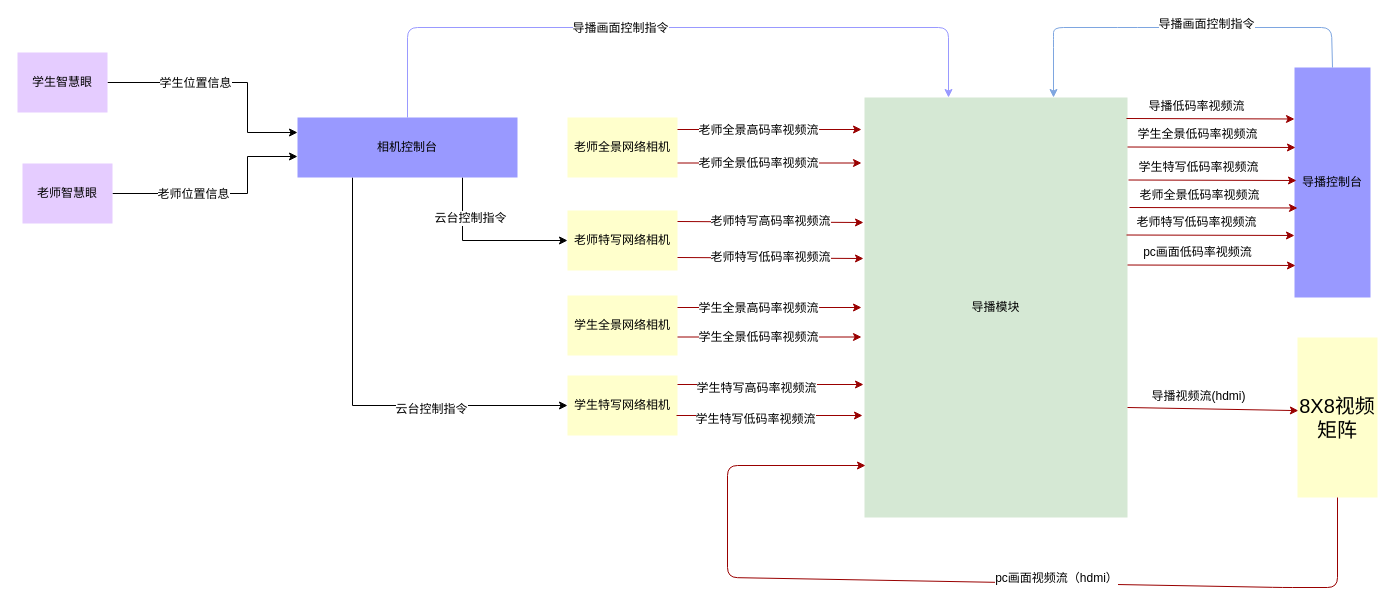
This is 大智小慧导播工作示意图.drawio from huangPeiLc/drawio, a draw.io file, before an edit. Source tidied: cells renumbered, new cells numbered last; positions are measured from the earlier drawing's top-left corner, leaving out a move shared by most shapes. Both pictures are drawn from the tidied source at 100%, with x=0, y=0 at pixel (17, 27).
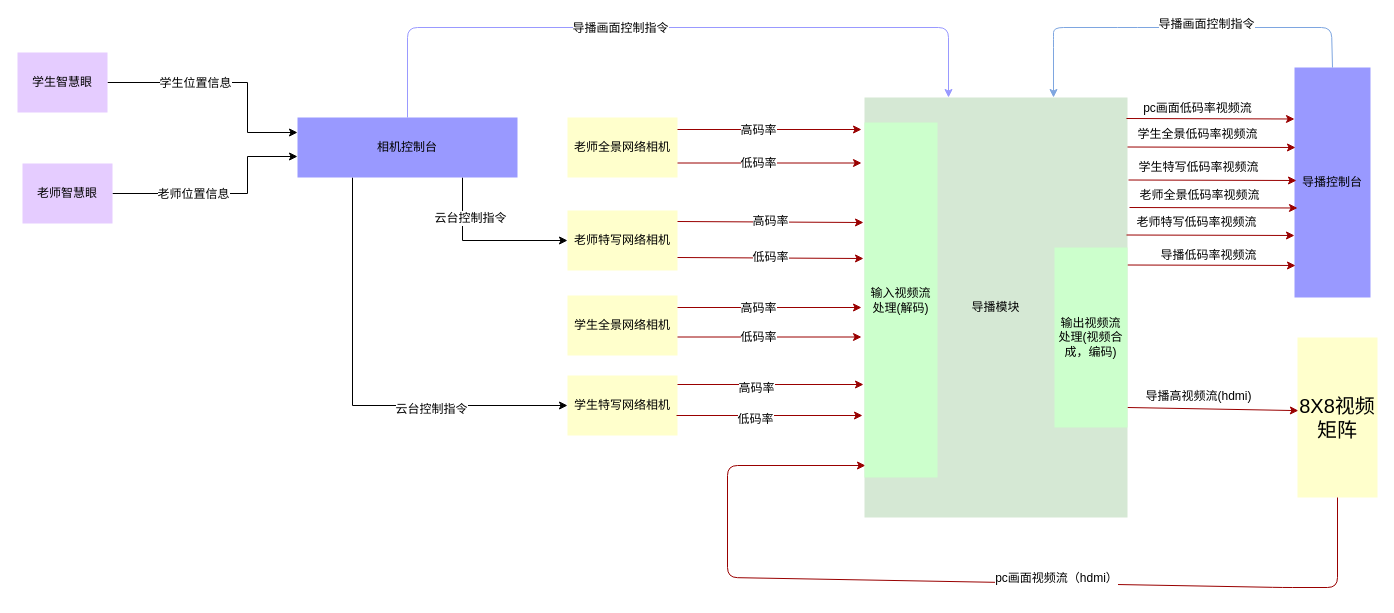
The same diagram, later.

Commit message (it also covers changes not shown here):
Update 大智小慧导播工作示意图.drawio

The change refers to these unchanged cells:
```xml
<mxCell id="4" style="endArrow=classic;exitX=1;exitY=0.5;exitDx=0;exitDy=0;strokeColor=#990000;fontStyle=0;html=1;" parent="1" edge="1">
  <mxGeometry relative="1" as="geometry">
    <mxPoint x="660" y="102" as="sourcePoint" />
    <mxPoint x="844" y="102" as="targetPoint" />
  </mxGeometry>
</mxCell>
<mxCell id="8" style="endArrow=classic;entryX=-0.004;entryY=0.343;entryDx=0;entryDy=0;exitX=1;exitY=0.5;exitDx=0;exitDy=0;strokeColor=#990000;entryPerimeter=0;fontStyle=0;html=1;" parent="1" edge="1">
  <mxGeometry relative="1" as="geometry">
    <mxPoint x="660" y="194" as="sourcePoint" />
    <mxPoint x="846" y="195" as="targetPoint" />
  </mxGeometry>
</mxCell>
<mxCell id="11" style="endArrow=classic;exitX=1;exitY=0.5;exitDx=0;exitDy=0;strokeColor=#990000;fontStyle=0;html=1;" parent="1" edge="1">
  <mxGeometry relative="1" as="geometry">
    <mxPoint x="660" y="280" as="sourcePoint" />
    <mxPoint x="844" y="280" as="targetPoint" />
  </mxGeometry>
</mxCell>
<mxCell id="15" style="endArrow=classic;exitX=1;exitY=0.5;exitDx=0;exitDy=0;strokeColor=#990000;fontStyle=0;html=1;" parent="1" edge="1">
  <mxGeometry relative="1" as="geometry">
    <mxPoint x="660" y="357" as="sourcePoint" />
    <mxPoint x="846" y="357" as="targetPoint" />
  </mxGeometry>
</mxCell>
<mxCell id="18" style="endArrow=classic;entryX=0.011;entryY=0.457;entryDx=0;entryDy=0;strokeColor=#990000;entryPerimeter=0;fontStyle=0;html=1;" parent="1" edge="1" target="17">
  <mxGeometry relative="1" as="geometry">
    <mxPoint x="1110" y="380" as="sourcePoint" />
  </mxGeometry>
</mxCell>
<mxCell id="38" style="endArrow=classic;entryX=0.011;entryY=0.457;entryDx=0;entryDy=0;strokeColor=#990000;entryPerimeter=0;fontStyle=0;html=1;exitX=0.996;exitY=0.05;exitDx=0;exitDy=0;exitPerimeter=0;" parent="1" edge="1" source="2">
  <mxGeometry relative="1" as="geometry">
    <mxPoint x="1277" y="91.5" as="targetPoint" />
  </mxGeometry>
</mxCell>
<mxCell id="48" style="endArrow=classic;entryX=0.011;entryY=0.457;entryDx=0;entryDy=0;strokeColor=#990000;entryPerimeter=0;fontStyle=0;html=1;exitX=0.996;exitY=0.05;exitDx=0;exitDy=0;exitPerimeter=0;" parent="1" edge="1">
  <mxGeometry relative="1" as="geometry">
    <mxPoint x="1110" y="237.5" as="sourcePoint" />
    <mxPoint x="1278" y="238" as="targetPoint" />
  </mxGeometry>
</mxCell>
<mxCell id="50" style="endArrow=classic;exitX=1;exitY=0.5;exitDx=0;exitDy=0;strokeColor=#990000;fontStyle=0;html=1;" parent="1" edge="1">
  <mxGeometry relative="1" as="geometry">
    <mxPoint x="660" y="135.5" as="sourcePoint" />
    <mxPoint x="844" y="135.5" as="targetPoint" />
  </mxGeometry>
</mxCell>
<mxCell id="52" style="endArrow=classic;entryX=-0.004;entryY=0.343;entryDx=0;entryDy=0;exitX=1;exitY=0.5;exitDx=0;exitDy=0;strokeColor=#990000;entryPerimeter=0;fontStyle=0;html=1;" parent="1" edge="1">
  <mxGeometry relative="1" as="geometry">
    <mxPoint x="660" y="230" as="sourcePoint" />
    <mxPoint x="846" y="231" as="targetPoint" />
  </mxGeometry>
</mxCell>
<mxCell id="54" style="endArrow=classic;exitX=1;exitY=0.5;exitDx=0;exitDy=0;strokeColor=#990000;fontStyle=0;html=1;" parent="1" edge="1">
  <mxGeometry relative="1" as="geometry">
    <mxPoint x="660" y="309.5" as="sourcePoint" />
    <mxPoint x="844" y="309.5" as="targetPoint" />
  </mxGeometry>
</mxCell>
<mxCell id="57" style="endArrow=classic;exitX=1;exitY=0.5;exitDx=0;exitDy=0;strokeColor=#990000;fontStyle=0;html=1;" parent="1" edge="1">
  <mxGeometry relative="1" as="geometry">
    <mxPoint x="659" y="388" as="sourcePoint" />
    <mxPoint x="845" y="388" as="targetPoint" />
  </mxGeometry>
</mxCell>
```

Change to the diagram source:
```diff
@@
-    <mxCell id="5" value="老师全景高码率视频流" style="text;html=1;align=center;verticalAlign=middle;labelBackgroundColor=#ffffff;" parent="4" vertex="1">
+    <mxCell id="5" value="高码率" style="text;html=1;align=center;verticalAlign=middle;labelBackgroundColor=#ffffff;" parent="4" vertex="1">
       <mxGeometry x="-0.14" y="-2" relative="1" as="geometry">
         <mxPoint x="1" y="-2" as="offset" />
       </mxGeometry>
     </mxCell>
@@
-    <mxCell id="9" value="老师特写高码率视频流" style="text;html=1;align=center;verticalAlign=middle;labelBackgroundColor=#ffffff;" parent="8" vertex="1">
+    <mxCell id="9" value="高码率" style="text;html=1;align=center;verticalAlign=middle;labelBackgroundColor=#ffffff;" parent="8" vertex="1">
       <mxGeometry x="0.22" y="-2" relative="1" as="geometry">
         <mxPoint x="-20" y="-3" as="offset" />
       </mxGeometry>
     </mxCell>
@@
-    <mxCell id="13" value="学生全景高码率视频流" style="text;html=1;align=center;verticalAlign=middle;labelBackgroundColor=#ffffff;" parent="11" vertex="1">
+    <mxCell id="13" value="高码率" style="text;html=1;align=center;verticalAlign=middle;labelBackgroundColor=#ffffff;" parent="11" vertex="1">
       <mxGeometry x="-0.13" relative="1" as="geometry" />
     </mxCell>
@@
-    <mxCell id="16" value="学生特写高码率视频流" style="text;html=1;align=center;verticalAlign=middle;labelBackgroundColor=#ffffff;" parent="15" vertex="1">
+    <mxCell id="16" value="高码率" style="text;html=1;align=center;verticalAlign=middle;labelBackgroundColor=#ffffff;" parent="15" vertex="1">
       <mxGeometry x="-0.16" y="-3" relative="1" as="geometry" />
     </mxCell>
@@
-    <mxCell id="19" value="导播视频流(hdmi)" style="text;html=1;align=center;verticalAlign=middle;labelBackgroundColor=#ffffff;" parent="18" vertex="1">
+    <mxCell id="19" value="导播高视频流(hdmi)" style="text;html=1;align=center;verticalAlign=middle;labelBackgroundColor=#ffffff;" parent="18" vertex="1">
       <mxGeometry x="-0.35" y="-2" relative="1" as="geometry">
         <mxPoint x="14.5" y="-15" as="offset" />
       </mxGeometry>
     </mxCell>
@@
-    <mxCell id="39" value="导播低码率视频流" style="text;html=1;align=center;verticalAlign=middle;labelBackgroundColor=#ffffff;" parent="38" vertex="1">
-      <mxGeometry x="-0.35" y="-2" relative="1" as="geometry">
-        <mxPoint x="14.5" y="-15" as="offset" />
-      </mxGeometry>
-    </mxCell>
+    <mxCell id="49" value="pc画面低码率视频流" style="text;html=1;align=center;verticalAlign=middle;labelBackgroundColor=#ffffff;fontSize=12;" parent="38" vertex="1">
+      <mxGeometry x="-0.12" y="1" relative="1" as="geometry">
+        <mxPoint x="-3" y="-10" as="offset" />
+      </mxGeometry>
+    </mxCell>
@@
-    <mxCell id="49" value="pc画面低码率视频流" style="text;html=1;align=center;verticalAlign=middle;labelBackgroundColor=#ffffff;" parent="48" vertex="1">
-      <mxGeometry x="-0.35" y="-2" relative="1" as="geometry">
-        <mxPoint x="14.5" y="-15" as="offset" />
-      </mxGeometry>
-    </mxCell>
+    <mxCell id="39" value="导播低码率视频流" style="text;html=1;align=center;verticalAlign=middle;labelBackgroundColor=#ffffff;fontSize=12;" parent="48" vertex="1">
+      <mxGeometry x="-0.51" y="4" relative="1" as="geometry">
+        <mxPoint x="39" y="-6.5" as="offset" />
+      </mxGeometry>
+    </mxCell>
@@
-    <mxCell id="51" value="老师全景低码率视频流" style="text;html=1;align=center;verticalAlign=middle;labelBackgroundColor=#ffffff;" parent="50" vertex="1">
+    <mxCell id="51" value="低码率" style="text;html=1;align=center;verticalAlign=middle;labelBackgroundColor=#ffffff;" parent="50" vertex="1">
       <mxGeometry x="-0.14" y="-2" relative="1" as="geometry">
         <mxPoint x="1" y="-2" as="offset" />
       </mxGeometry>
     </mxCell>
@@
-    <mxCell id="53" value="老师特写低码率视频流" style="text;html=1;align=center;verticalAlign=middle;labelBackgroundColor=#ffffff;" parent="52" vertex="1">
+    <mxCell id="53" value="低码率" style="text;html=1;align=center;verticalAlign=middle;labelBackgroundColor=#ffffff;" parent="52" vertex="1">
       <mxGeometry x="0.22" y="-2" relative="1" as="geometry">
         <mxPoint x="-20" y="-3" as="offset" />
       </mxGeometry>
     </mxCell>
@@
-    <mxCell id="56" value="学生全景低码率视频流" style="text;html=1;align=center;verticalAlign=middle;labelBackgroundColor=#ffffff;" parent="54" vertex="1">
+    <mxCell id="56" value="低码率" style="text;html=1;align=center;verticalAlign=middle;labelBackgroundColor=#ffffff;" parent="54" vertex="1">
       <mxGeometry x="-0.13" relative="1" as="geometry" />
     </mxCell>
@@
-    <mxCell id="58" value="学生特写低码率视频流" style="text;html=1;align=center;verticalAlign=middle;labelBackgroundColor=#ffffff;" parent="57" vertex="1">
+    <mxCell id="58" value="低码率" style="text;html=1;align=center;verticalAlign=middle;labelBackgroundColor=#ffffff;" parent="57" vertex="1">
       <mxGeometry x="-0.16" y="-3" relative="1" as="geometry" />
     </mxCell>
+    <mxCell id="59" value="输入视频流处理(解码)" style="whiteSpace=wrap;align=center;verticalAlign=middle;fontStyle=0;strokeWidth=3;fillColor=#CCFFCC;strokeColor=none;html=1;" parent="1" vertex="1">
+      <mxGeometry x="847" y="95" width="73" height="355" as="geometry" />
+    </mxCell>
+    <mxCell id="60" value="输出视频流处理(视频合成，编码)" style="whiteSpace=wrap;align=center;verticalAlign=middle;fontStyle=0;strokeWidth=3;fillColor=#CCFFCC;strokeColor=none;html=1;" parent="1" vertex="1">
+      <mxGeometry x="1037" y="220" width="73" height="180" as="geometry" />
+    </mxCell>
```
